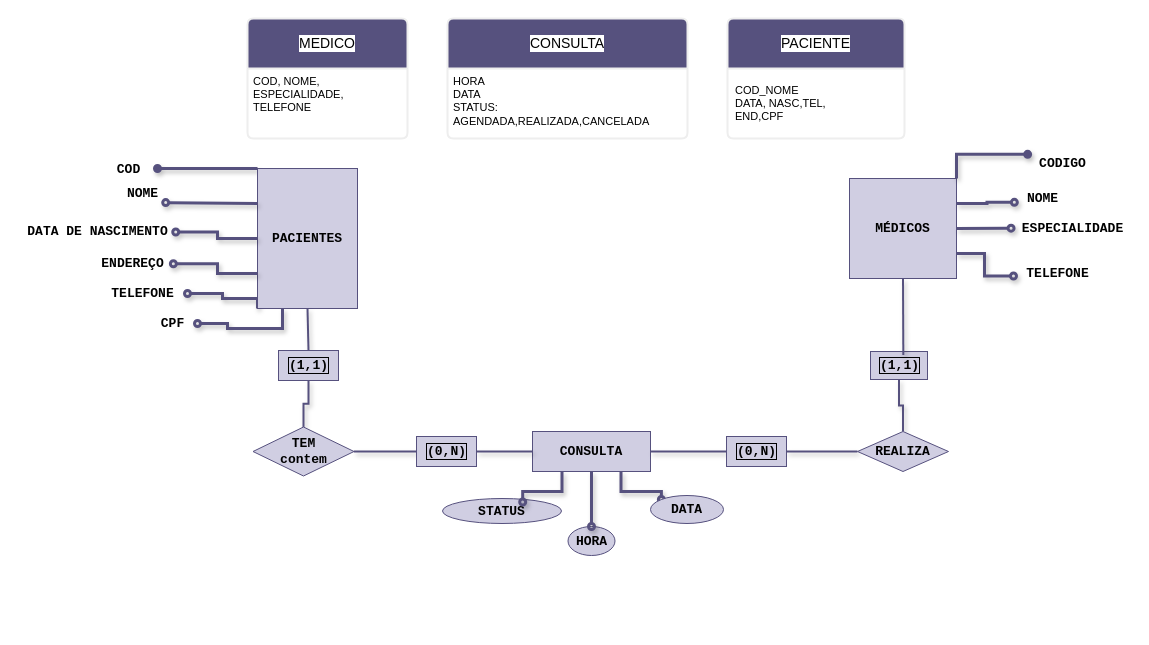
Before: sistemaclinicamédica.drawio in thiffanymorais/BancoDeDados, a draw.io diagram. Source tidied: cells renumbered, new cells numbered last; positions are measured from the earlier drawing's top-left corner, leaving out a move shared by most shapes. Both pictures are drawn from the tidied source at 100%, with x=0, y=0 at pixel (17, 18).
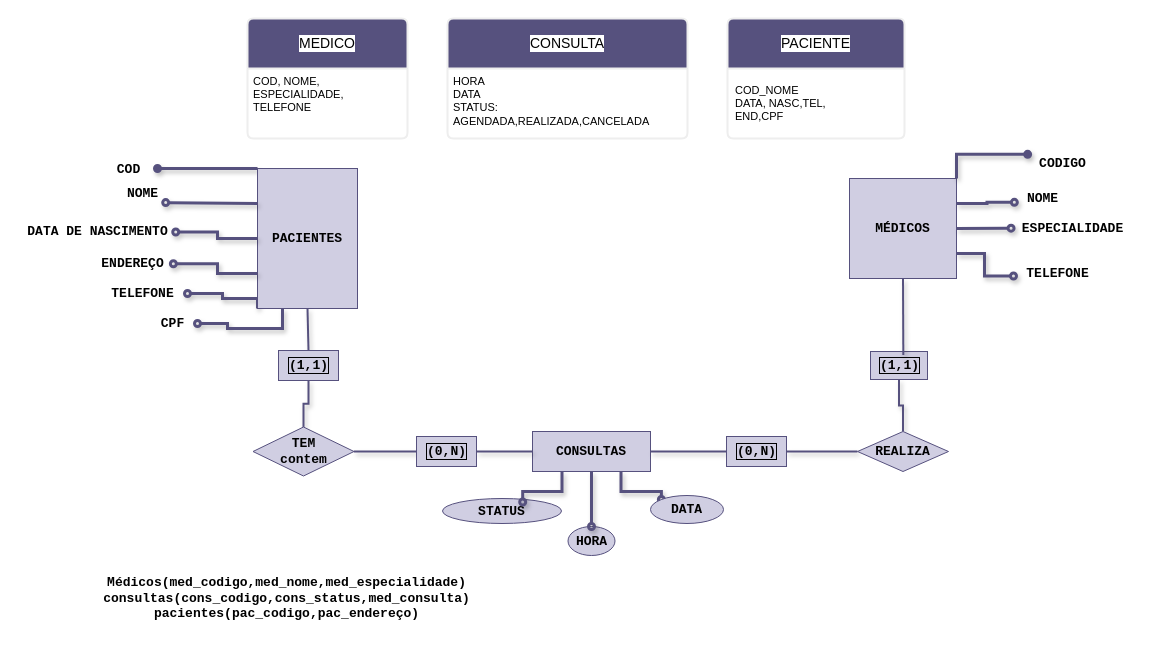
Above is the later version.

The edit, as a diff of the source:
```diff
@@
-    <mxCell id="8" value="CONSULTA" style="whiteSpace=wrap;html=1;align=center;labelBackgroundColor=none;fillColor=#d0cee2;strokeColor=#56517e;horizontal=1;fontSize=13;fontStyle=1;verticalAlign=middle;fontFamily=Courier New;" parent="1" vertex="1">
+    <mxCell id="8" value="CONSULTAS" style="whiteSpace=wrap;html=1;align=center;labelBackgroundColor=none;fillColor=#d0cee2;strokeColor=#56517e;horizontal=1;fontSize=13;fontStyle=1;verticalAlign=middle;fontFamily=Courier New;" parent="1" vertex="1">
       <mxGeometry x="515" y="413" width="118" height="40" as="geometry" />
     </mxCell>
@@
+    <mxCell id="52" value="Médicos(med_codigo,med_nome,med_especialidade)&lt;div&gt;consultas(cons_codigo,cons_status,med_consulta)&lt;/div&gt;&lt;div&gt;pacientes(pac_codigo,pac_endereço)&lt;/div&gt;" style="text;html=1;align=center;verticalAlign=middle;strokeColor=none;fillColor=none;fontFamily=Courier New;fontSize=13;fontColor=default;fontStyle=1;labelBackgroundColor=none;" parent="1" vertex="1">
+      <mxGeometry x="74" y="550" width="390" height="60" as="geometry" />
+    </mxCell>
```
